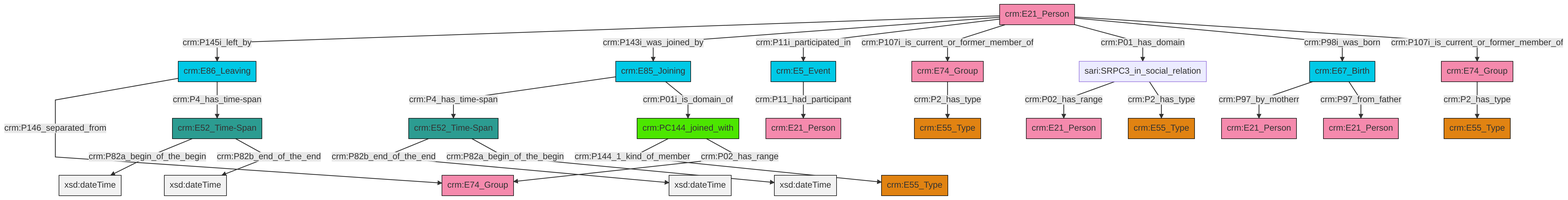
Above: et/personCSV/ttl/mmd/png/Person_Actor_Relations.png in swiss-art-research-net/reference-data-models (Mermaid), before the change. Its source is kept beside it as et/personCSV/ttl/mmd/Person_Actor_Relations.ttl.mmd.
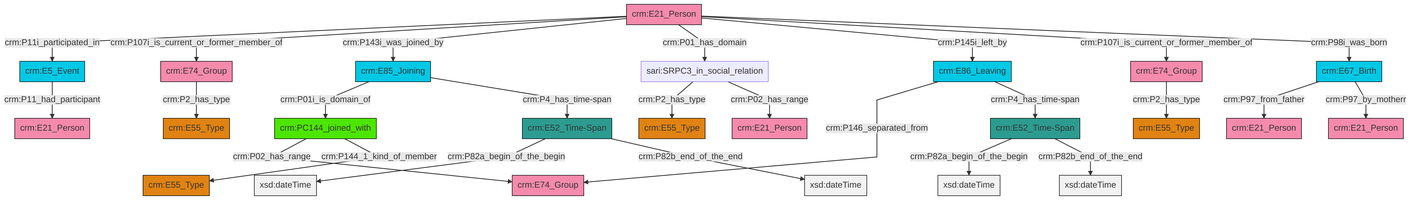
Later version of the same file.

What changed in the source:
```diff
@@ -13,27 +13,27 @@
 classDef PC_Classes fill:#4ce600, stroke:#000000;
 classDef Multi fill:#cccccc,stroke:#000000;
 
-0["crm:PC144_joined_with"]:::PC_Classes -->|crm:P144_1_kind_of_member| 1["crm:E55_Type"]:::Type
-2["crm:E5_Event"]:::Temporal_Entity -->|crm:P11_had_participant| 3["crm:E21_Person"]:::Actor
-6["crm:E86_Leaving"]:::Temporal_Entity -->|crm:P146_separated_from| 7["crm:E74_Group"]:::Actor
-8["sari:SRPC3_in_social_relation"]:::Default -->|crm:P02_has_range| 9["crm:E21_Person"]:::Actor
-10["crm:E21_Person"]:::Actor -->|crm:P145i_left_by| 6["crm:E86_Leaving"]:::Temporal_Entity
-6["crm:E86_Leaving"]:::Temporal_Entity -->|crm:P4_has_time-span| 11["crm:E52_Time-Span"]:::Time-Span
-13["crm:E52_Time-Span"]:::Time-Span -->|crm:P82b_end_of_the_end| 14[xsd:dateTime]:::Literal
-10["crm:E21_Person"]:::Actor -->|crm:P143i_was_joined_by| 15["crm:E85_Joining"]:::Temporal_Entity
-15["crm:E85_Joining"]:::Temporal_Entity -->|crm:P4_has_time-span| 13["crm:E52_Time-Span"]:::Time-Span
-15["crm:E85_Joining"]:::Temporal_Entity -->|crm:P01i_is_domain_of| 0["crm:PC144_joined_with"]:::PC_Classes
-11["crm:E52_Time-Span"]:::Time-Span -->|crm:P82a_begin_of_the_begin| 23[xsd:dateTime]:::Literal
-11["crm:E52_Time-Span"]:::Time-Span -->|crm:P82b_end_of_the_end| 24[xsd:dateTime]:::Literal
-28["crm:E67_Birth"]:::Temporal_Entity -->|crm:P97_by_motherr| 16["crm:E21_Person"]:::Actor
-28["crm:E67_Birth"]:::Temporal_Entity -->|crm:P97_from_father| 29["crm:E21_Person"]:::Actor
-10["crm:E21_Person"]:::Actor -->|crm:P11i_participated_in| 2["crm:E5_Event"]:::Temporal_Entity
-10["crm:E21_Person"]:::Actor -->|crm:P107i_is_current_or_former_member_of| 18["crm:E74_Group"]:::Actor
-18["crm:E74_Group"]:::Actor -->|crm:P2_has_type| 4["crm:E55_Type"]:::Type
-10["crm:E21_Person"]:::Actor -->|crm:P01_has_domain| 8["sari:SRPC3_in_social_relation"]:::Default
-10["crm:E21_Person"]:::Actor -->|crm:P98i_was_born| 28["crm:E67_Birth"]:::Temporal_Entity
-0["crm:PC144_joined_with"]:::PC_Classes -->|crm:P02_has_range| 7["crm:E74_Group"]:::Actor
-10["crm:E21_Person"]:::Actor -->|crm:P107i_is_current_or_former_member_of| 21["crm:E74_Group"]:::Actor
-21["crm:E74_Group"]:::Actor -->|crm:P2_has_type| 35["crm:E55_Type"]:::Type
-8["sari:SRPC3_in_social_relation"]:::Default -->|crm:P2_has_type| 25["crm:E55_Type"]:::Type
-13["crm:E52_Time-Span"]:::Time-Span -->|crm:P82a_begin_of_the_begin| 45[xsd:dateTime]:::Literal
+0["crm:E85_Joining"]:::Temporal_Entity -->|crm:P01i_is_domain_of| 1["crm:PC144_joined_with"]:::PC_Classes
+4["crm:E52_Time-Span"]:::Time-Span -->|crm:P82a_begin_of_the_begin| 5[xsd:dateTime]:::Literal
+6["crm:E21_Person"]:::Actor -->|crm:P11i_participated_in| 7["crm:E5_Event"]:::Temporal_Entity
+1["crm:PC144_joined_with"]:::PC_Classes -->|crm:P02_has_range| 8["crm:E74_Group"]:::Actor
+0["crm:E85_Joining"]:::Temporal_Entity -->|crm:P4_has_time-span| 4["crm:E52_Time-Span"]:::Time-Span
+16["sari:SRPC3_in_social_relation"]:::Default -->|crm:P2_has_type| 17["crm:E55_Type"]:::Type
+20["crm:E67_Birth"]:::Temporal_Entity -->|crm:P97_from_father| 21["crm:E21_Person"]:::Actor
+16["sari:SRPC3_in_social_relation"]:::Default -->|crm:P02_has_range| 14["crm:E21_Person"]:::Actor
+1["crm:PC144_joined_with"]:::PC_Classes -->|crm:P144_1_kind_of_member| 18["crm:E55_Type"]:::Type
+25["crm:E74_Group"]:::Actor -->|crm:P2_has_type| 9["crm:E55_Type"]:::Type
+33["crm:E52_Time-Span"]:::Time-Span -->|crm:P82a_begin_of_the_begin| 34[xsd:dateTime]:::Literal
+6["crm:E21_Person"]:::Actor -->|crm:P107i_is_current_or_former_member_of| 31["crm:E74_Group"]:::Actor
+12["crm:E86_Leaving"]:::Temporal_Entity -->|crm:P146_separated_from| 8["crm:E74_Group"]:::Actor
+6["crm:E21_Person"]:::Actor -->|crm:P143i_was_joined_by| 0["crm:E85_Joining"]:::Temporal_Entity
+33["crm:E52_Time-Span"]:::Time-Span -->|crm:P82b_end_of_the_end| 38[xsd:dateTime]:::Literal
+20["crm:E67_Birth"]:::Temporal_Entity -->|crm:P97_by_motherr| 2["crm:E21_Person"]:::Actor
+6["crm:E21_Person"]:::Actor -->|crm:P01_has_domain| 16["sari:SRPC3_in_social_relation"]:::Default
+6["crm:E21_Person"]:::Actor -->|crm:P145i_left_by| 12["crm:E86_Leaving"]:::Temporal_Entity
+4["crm:E52_Time-Span"]:::Time-Span -->|crm:P82b_end_of_the_end| 41[xsd:dateTime]:::Literal
+6["crm:E21_Person"]:::Actor -->|crm:P107i_is_current_or_former_member_of| 25["crm:E74_Group"]:::Actor
+6["crm:E21_Person"]:::Actor -->|crm:P98i_was_born| 20["crm:E67_Birth"]:::Temporal_Entity
+12["crm:E86_Leaving"]:::Temporal_Entity -->|crm:P4_has_time-span| 33["crm:E52_Time-Span"]:::Time-Span
+7["crm:E5_Event"]:::Temporal_Entity -->|crm:P11_had_participant| 27["crm:E21_Person"]:::Actor
+31["crm:E74_Group"]:::Actor -->|crm:P2_has_type| 22["crm:E55_Type"]:::Type
```
